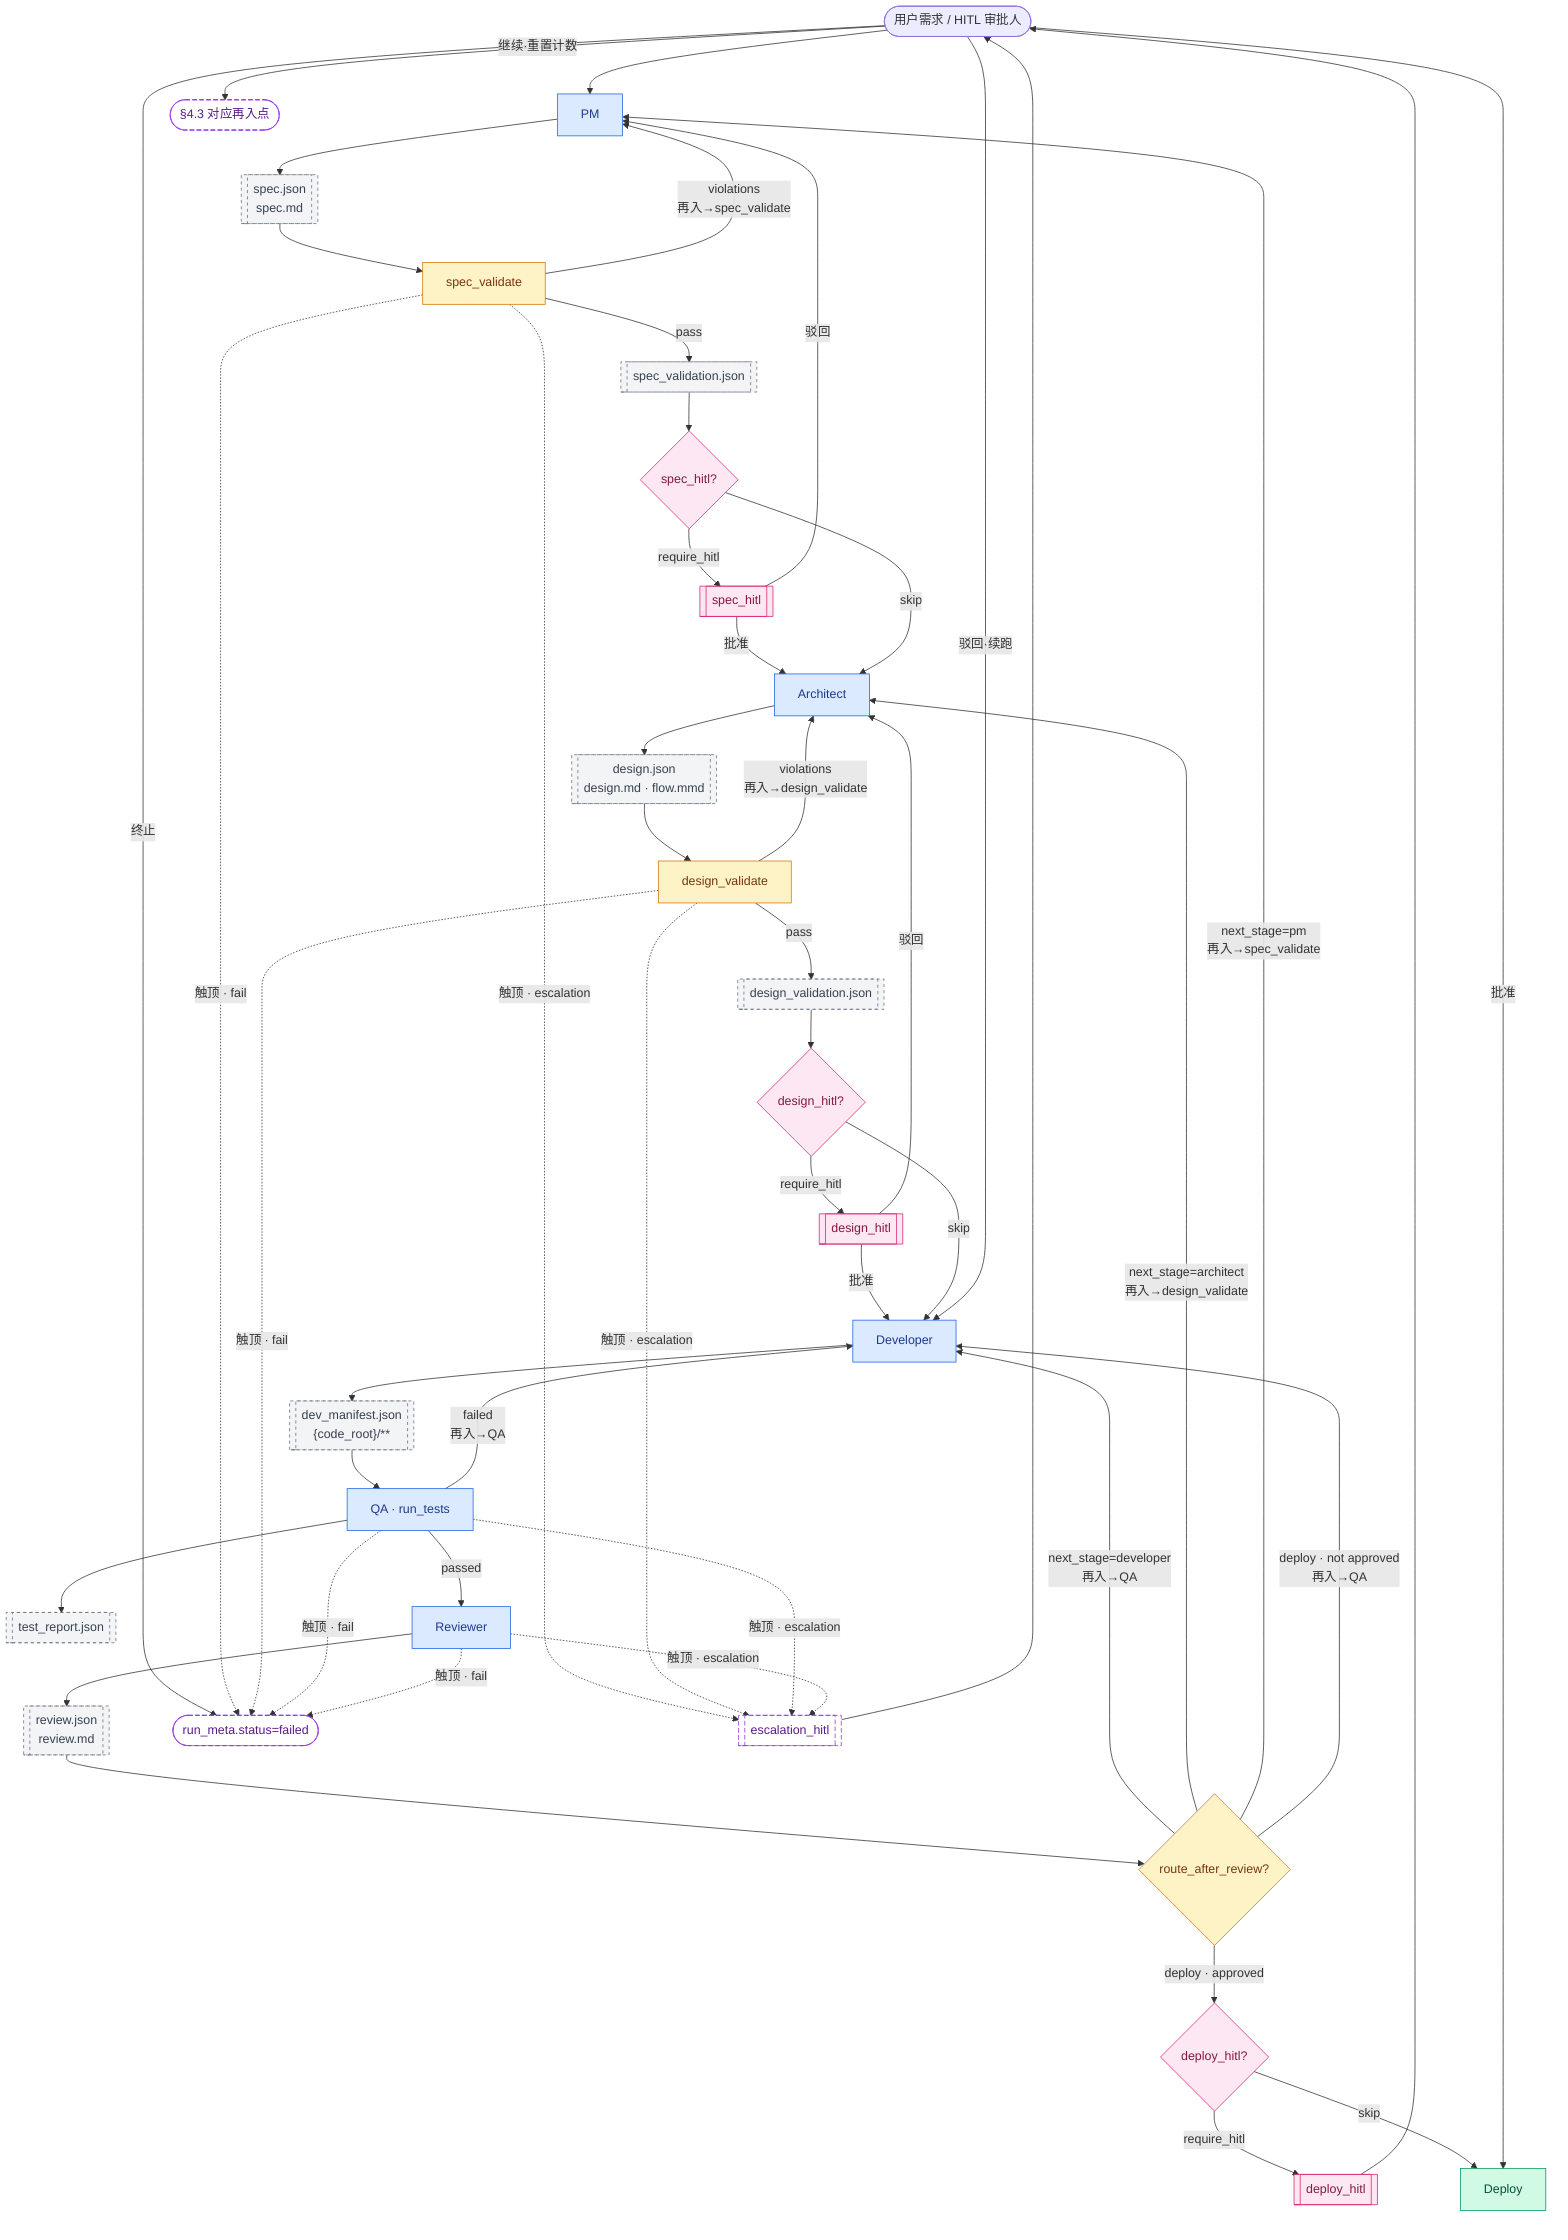
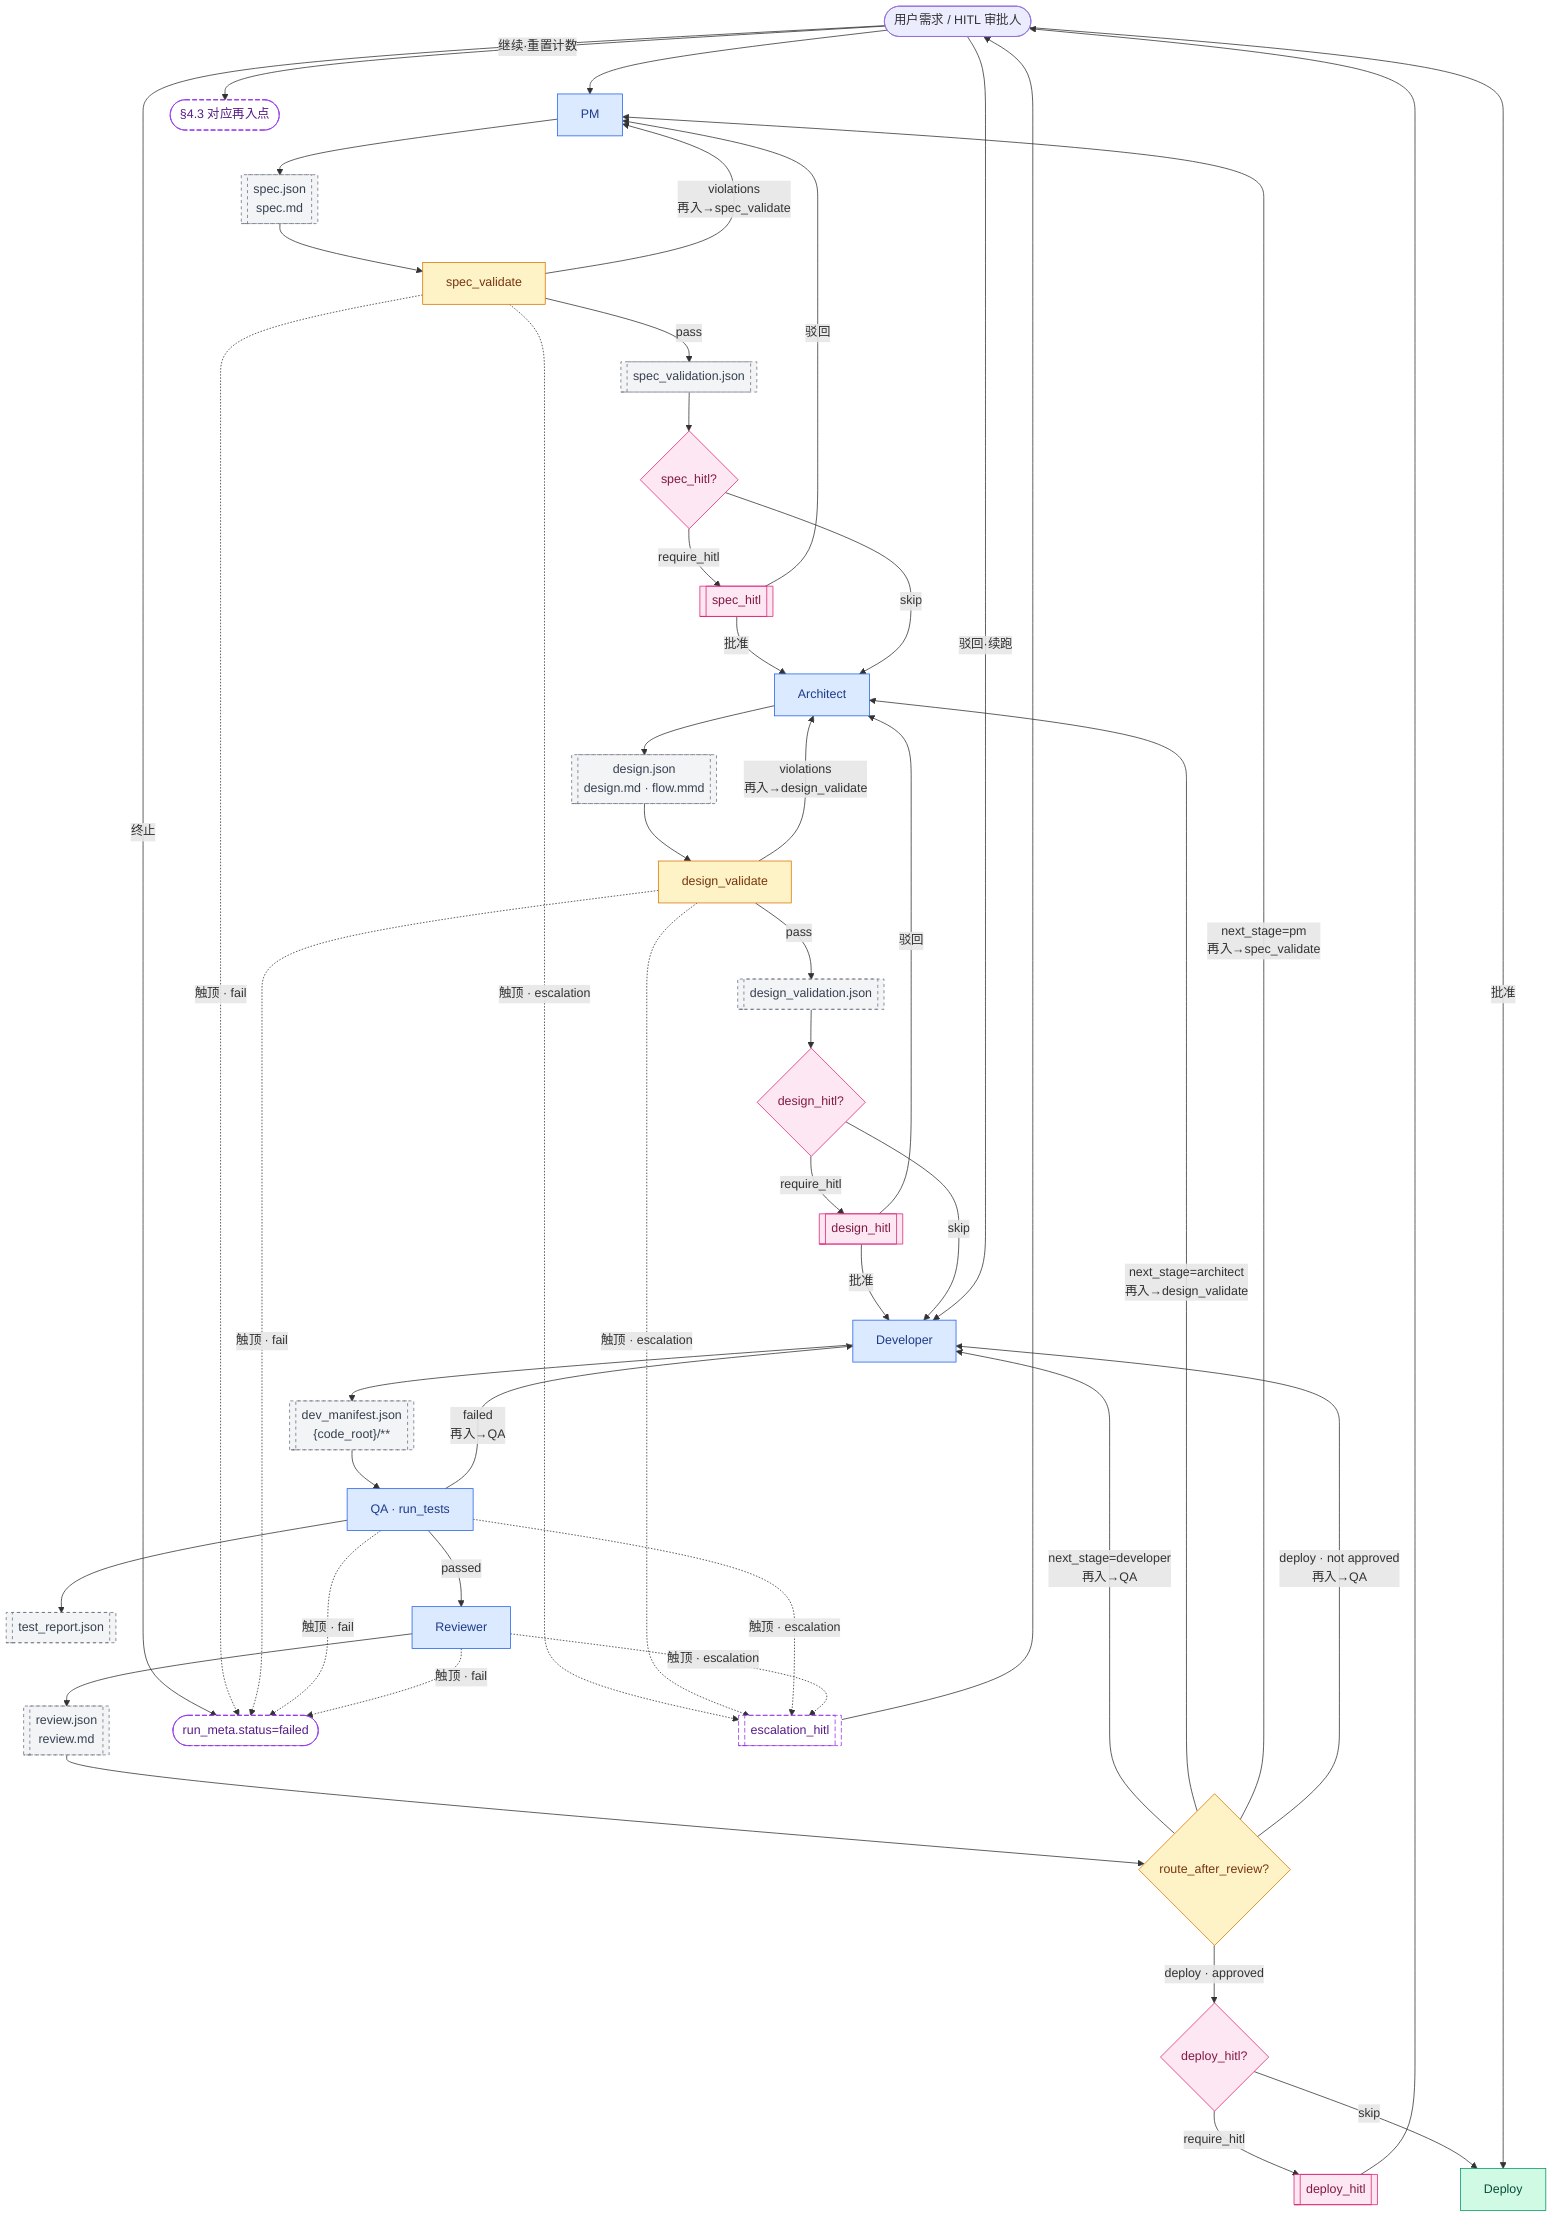
%% 多 Agent 研发流水线 — 全线 + 产物 + 条件回路 + 再入点
- %% 真源副本：docs/design/pipeline/multi-agent-pipeline-design.md §1 / §4.1
+ %% 与主线同步：docs/design/pipeline/multi-agent-pipeline-design.md §1 / §4.1
flowchart TB
    U(["用户需求 / HITL 审批人"]) --> PM

    PM --> P_OUT[["spec.json<br/>spec.md"]]
    P_OUT --> SV[spec_validate]
    SV -->|"violations<br/>再入→spec_validate"| PM
    SV -->|pass| SV_OUT[["spec_validation.json"]]
    SV_OUT --> SH{spec_hitl?}
    SH -->|require_hitl| H1[[spec_hitl]]
    H1 -->|驳回| PM
    H1 -->|批准| A
    SH -->|skip| A

    A[Architect] --> A_OUT[["design.json<br/>design.md · flow.mmd"]]
    A_OUT --> DV[design_validate]
    DV -->|"violations<br/>再入→design_validate"| A
    DV -->|pass| DV_OUT[["design_validation.json"]]
    DV_OUT --> DH{design_hitl?}
    DH -->|require_hitl| H2[[design_hitl]]
    H2 -->|驳回| A
    H2 -->|批准| D
    DH -->|skip| D

    D[Developer] --> D_OUT[["dev_manifest.json<br/>{code_root}/**"]]
    D_OUT --> QA[QA · run_tests]
    QA --> QA_OUT[["test_report.json"]]
    QA -->|"failed<br/>再入→QA"| D
    QA -->|passed| R[Reviewer]
    R --> R_OUT[["review.json<br/>review.md"]]
    R_OUT --> ROUTE{route_after_review?}
    ROUTE -->|"next_stage=developer<br/>再入→QA"| D
    ROUTE -->|"next_stage=architect<br/>再入→design_validate"| A
    ROUTE -->|"next_stage=pm<br/>再入→spec_validate"| PM
    ROUTE -->|"deploy · approved"| DH2{deploy_hitl?}
    ROUTE -->|"deploy · not approved<br/>再入→QA"| D
    DH2 -->|require_hitl| H3[[deploy_hitl]]
    DH2 -->|skip| DEPLOY[Deploy]
    H3 --> U
    U -->|批准| DEPLOY
    U -->|驳回·续跑| D
    U -->|终止| FAIL([run_meta.status=failed])

    SV -.->|触顶 · fail| FAIL
    DV -.->|触顶 · fail| FAIL
    QA -.->|触顶 · fail| FAIL
    R -.->|触顶 · fail| FAIL
    SV -.->|触顶 · escalation| ESC[[escalation_hitl]]
    DV -.->|触顶 · escalation| ESC
    QA -.->|触顶 · escalation| ESC
    R -.->|触顶 · escalation| ESC
    ESC --> U
    U -->|继续·重置计数| RESUME(["§4.3 对应再入点"])

    classDef agent fill:#dbeafe,stroke:#2563eb,color:#1e3a8a
    classDef gate fill:#fef3c7,stroke:#d97706,color:#78350f
    classDef hitl fill:#fce7f3,stroke:#db2777,color:#831843
    classDef artifact fill:#f3f4f6,stroke:#6b7280,stroke-dasharray:4 4,color:#374151
    classDef terminal fill:#d1fae5,stroke:#059669,color:#064e3b
    classDef escalation fill:#fff,stroke:#9333ea,stroke-dasharray:6 3,color:#581c87

    class PM,A,D,QA,R agent
    class SV,DV,ROUTE gate
    class SH,DH,DH2 hitl
    class H1,H2,H3 hitl
    class P_OUT,SV_OUT,A_OUT,DV_OUT,D_OUT,QA_OUT,R_OUT artifact
    class DEPLOY terminal
    class ESC,FAIL,RESUME escalation
